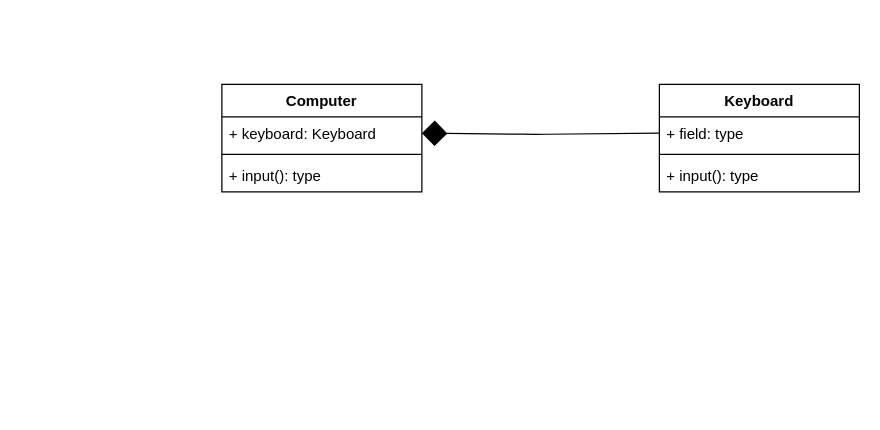
Earlier version of the draw.io diagram m.drawio (winnie-atim/software-design). Source tidied: cells renumbered, new cells numbered last; positions are measured from the earlier drawing's top-left corner, leaving out a move shared by most shapes. Both pictures are drawn from the tidied source at 125%, with x=0, y=0 at pixel (221, 84).
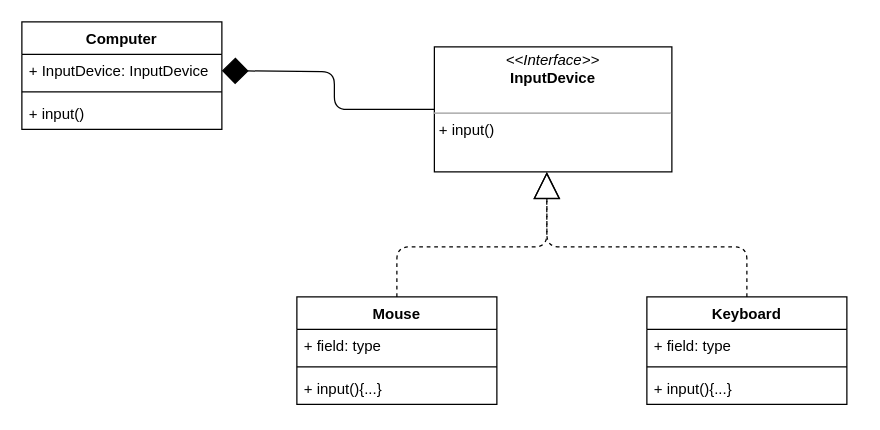
The same page after the edit.

The change refers to these unchanged cells:
```xml
<mxCell id="7" value="+ field: type" style="text;strokeColor=none;fillColor=none;align=left;verticalAlign=top;spacingLeft=4;spacingRight=4;overflow=hidden;points=[[0,0.5],[1,0.5]];portConstraint=eastwest;" parent="6" vertex="1">
  <mxGeometry y="26" width="160" height="26" as="geometry" />
</mxCell>
```

Change to the diagram source:
```diff
@@
     <mxCell id="2" value="Computer" style="swimlane;fontStyle=1;align=center;verticalAlign=top;horizontal=1;startSize=26;" parent="1" vertex="1">
-      <mxGeometry width="160" height="86" as="geometry" />
+      <mxGeometry x="-160" y="-50" width="160" height="86" as="geometry" />
     </mxCell>
-    <mxCell id="3" value="+ keyboard: Keyboard" style="text;strokeColor=none;fillColor=none;align=left;verticalAlign=top;spacingLeft=4;spacingRight=4;overflow=hidden;points=[[0,0.5],[1,0.5]];portConstraint=eastwest;" parent="2" vertex="1">
-      <mxGeometry y="26" width="160" height="26" as="geometry" />
-    </mxCell>
+    <mxCell id="11" value="+ InputDevice: InputDevice" style="text;strokeColor=none;fillColor=none;align=left;verticalAlign=top;spacingLeft=4;spacingRight=4;overflow=hidden;points=[[0,0.5],[1,0.5]];portConstraint=eastwest;" parent="2" vertex="1">
+      <mxGeometry y="26" width="160" height="26" as="geometry" />
+    </mxCell>
@@
-    <mxCell id="5" value="+ input(): type" style="text;strokeColor=none;fillColor=none;align=left;verticalAlign=top;spacingLeft=4;spacingRight=4;overflow=hidden;" parent="2" vertex="1">
-      <mxGeometry y="60" width="160" height="26" as="geometry" />
-    </mxCell>
+    <mxCell id="12" value="+ input()" style="text;strokeColor=none;fillColor=none;align=left;verticalAlign=top;spacingLeft=4;spacingRight=4;overflow=hidden;" parent="2" vertex="1">
+      <mxGeometry y="60" width="160" height="26" as="geometry" />
+    </mxCell>
+    <mxCell id="13" style="edgeStyle=none;html=1;endArrow=block;endFill=0;endSize=19;dashed=1;" parent="1" edge="1" source="6">
+      <mxGeometry relative="1" as="geometry">
+        <mxPoint x="260" y="70" as="targetPoint" />
+        <Array as="points">
+          <mxPoint x="420" y="130" />
+          <mxPoint x="260" y="130" />
+        </Array>
+      </mxGeometry>
+    </mxCell>
     <mxCell id="6" value="Keyboard" style="swimlane;fontStyle=1;align=center;verticalAlign=top;horizontal=1;startSize=26;" parent="1" vertex="1">
-      <mxGeometry x="350" width="160" height="86" as="geometry" />
+      <mxGeometry x="340" y="170" width="160" height="86" as="geometry" />
     </mxCell>
@@
-    <mxCell id="9" value="+ input(): type" style="text;strokeColor=none;fillColor=none;align=left;verticalAlign=top;spacingLeft=4;spacingRight=4;overflow=hidden;" parent="6" vertex="1">
+    <mxCell id="9" value="+ input(){...}" style="text;strokeColor=none;fillColor=none;align=left;verticalAlign=top;spacingLeft=4;spacingRight=4;overflow=hidden;" parent="6" vertex="1">
       <mxGeometry y="60" width="160" height="26" as="geometry" />
     </mxCell>
-    <mxCell id="10" style="edgeStyle=none;html=1;exitX=0;exitY=0.5;exitDx=0;exitDy=0;entryX=1;entryY=0.5;entryDx=0;entryDy=0;endArrow=diamond;endFill=1;endSize=18;" parent="1" edge="1" source="7" target="3">
-      <mxGeometry relative="1" as="geometry">
-        <Array as="points">
-          <mxPoint x="250" y="40" />
-        </Array>
-      </mxGeometry>
-    </mxCell>
+    <mxCell id="14" style="edgeStyle=none;html=1;endArrow=block;endFill=0;endSize=19;dashed=1;entryX=0.473;entryY=1.003;entryDx=0;entryDy=0;entryPerimeter=0;" parent="1" edge="1" source="15" target="20">
+      <mxGeometry relative="1" as="geometry">
+        <Array as="points">
+          <mxPoint x="140" y="130" />
+          <mxPoint x="260" y="130" />
+        </Array>
+      </mxGeometry>
+    </mxCell>
+    <mxCell id="15" value="Mouse" style="swimlane;fontStyle=1;align=center;verticalAlign=top;horizontal=1;startSize=26;" parent="1" vertex="1">
+      <mxGeometry x="60" y="170" width="160" height="86" as="geometry" />
+    </mxCell>
+    <mxCell id="16" value="+ field: type" style="text;strokeColor=none;fillColor=none;align=left;verticalAlign=top;spacingLeft=4;spacingRight=4;overflow=hidden;" parent="15" vertex="1">
+      <mxGeometry y="26" width="160" height="26" as="geometry" />
+    </mxCell>
+    <mxCell id="17" style="line;strokeWidth=1;fillColor=none;align=left;verticalAlign=middle;spacingTop=-1;spacingLeft=3;spacingRight=3;labelPosition=right;strokeColor=inherit;" parent="15" vertex="1">
+      <mxGeometry y="52" width="160" height="8" as="geometry" />
+    </mxCell>
+    <mxCell id="18" value="+ input(){...}" style="text;strokeColor=none;fillColor=none;align=left;verticalAlign=top;spacingLeft=4;spacingRight=4;overflow=hidden;" parent="15" vertex="1">
+      <mxGeometry y="60" width="160" height="26" as="geometry" />
+    </mxCell>
+    <mxCell id="19" style="edgeStyle=none;html=1;exitX=0;exitY=0.5;exitDx=0;exitDy=0;entryX=1;entryY=0.5;entryDx=0;entryDy=0;endArrow=diamond;endFill=1;endSize=19;" parent="1" edge="1" source="20" target="11">
+      <mxGeometry relative="1" as="geometry">
+        <Array as="points">
+          <mxPoint x="90" y="20" />
+          <mxPoint x="90" y="-10" />
+        </Array>
+      </mxGeometry>
+    </mxCell>
+    <mxCell id="20" value="&lt;p style=&quot;margin:0px;margin-top:4px;text-align:center;&quot;&gt;&lt;i&gt;&amp;lt;&amp;lt;Interface&amp;gt;&amp;gt;&lt;/i&gt;&lt;br&gt;&lt;b&gt;InputDevice&lt;/b&gt;&lt;/p&gt;&lt;p style=&quot;margin:0px;margin-left:4px;&quot;&gt;&lt;br&gt;&lt;/p&gt;&lt;hr size=&quot;1&quot;&gt;&lt;p style=&quot;margin:0px;margin-left:4px;&quot;&gt;+ input()&lt;br&gt;&lt;br&gt;&lt;/p&gt;" style="verticalAlign=top;align=left;overflow=fill;fontSize=12;fontFamily=Helvetica;html=1;" parent="1" vertex="1">
+      <mxGeometry x="170" y="-30" width="190" height="100" as="geometry" />
+    </mxCell>
```
